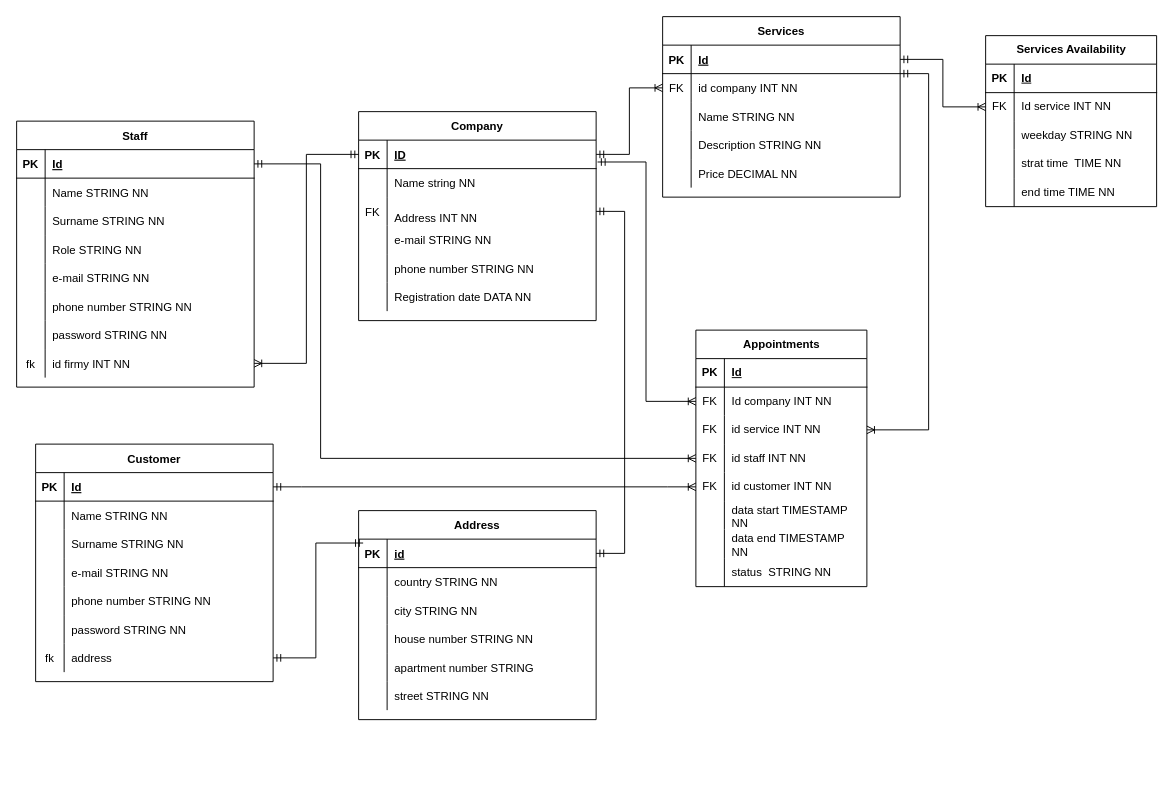
Above: app/bd/firma.drawio in BitKitsu/Rezerwuj-to (draw.io), before the change. Source tidied: cells renumbered, new cells numbered last; positions are measured from the earlier drawing's top-left corner, leaving out a move shared by most shapes. Both pictures are drawn from the tidied source at 95%, with x=0, y=0 at pixel (16, 16).
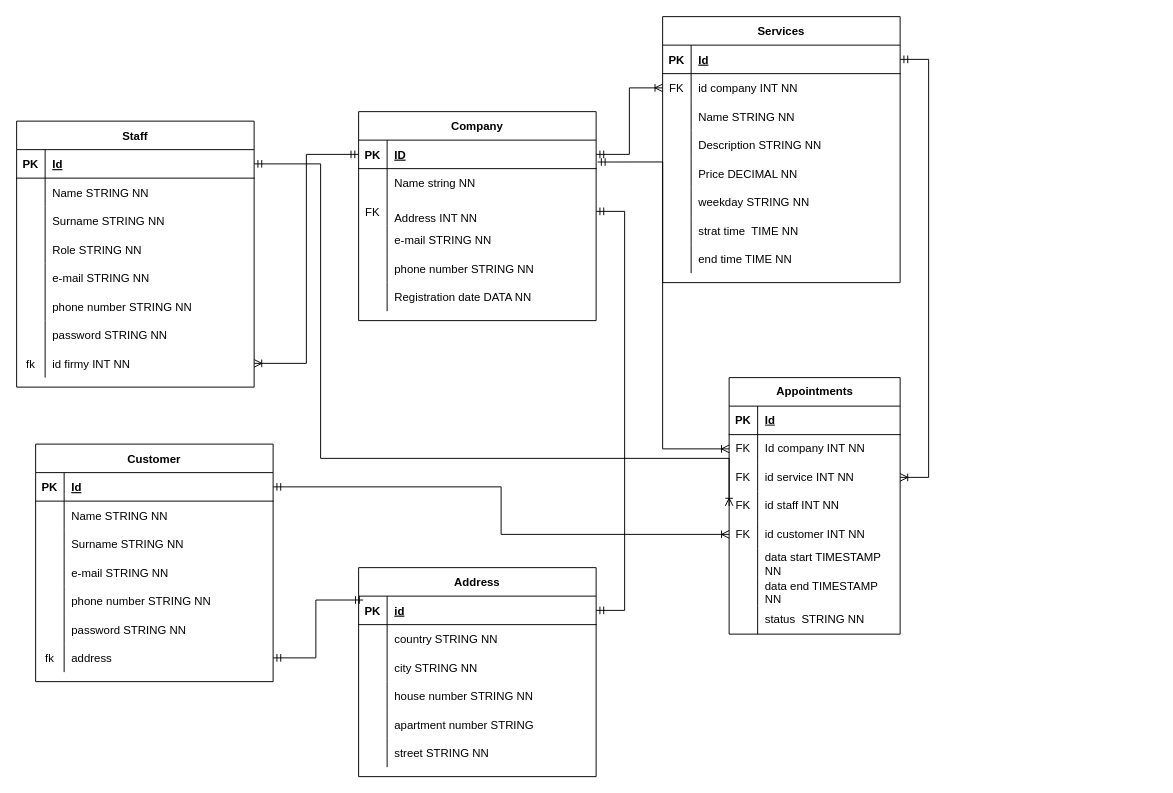
Above is the later version.

Commit message (it also covers changes not shown here):
Poprawa bazy danych

The change refers to these unchanged cells:
```xml
<mxCell id="66" style="shape=partialRectangle;fillColor=none;points=[[0,0.5],[1,0.5]];portConstraint=eastwest;top=0;left=0;right=0;bottom=1;" parent="65" vertex="1">
  <mxGeometry y="30" width="250" height="30" as="geometry" />
</mxCell>
<mxCell id="88" style="shape=partialRectangle;fillColor=none;points=[[0,0.5],[1,0.5]];portConstraint=eastwest;top=0;left=0;right=0;bottom=1;" parent="87" vertex="1">
  <mxGeometry y="30" width="250" height="30" as="geometry" />
</mxCell>
<mxCell id="126" style="shape=tableRow;horizontal=0;startSize=0;swimlaneHead=0;swimlaneBody=0;fillColor=none;points=[[0,0.5],[1,0.5]];portConstraint=eastwest;top=0;left=0;right=0;bottom=0;" parent="119" vertex="1">
  <mxGeometry y="90" width="180" height="30" as="geometry" />
</mxCell>
<mxCell id="132" style="shape=tableRow;horizontal=0;startSize=0;swimlaneHead=0;swimlaneBody=0;fillColor=none;points=[[0,0.5],[1,0.5]];portConstraint=eastwest;top=0;left=0;right=0;bottom=0;" parent="119" vertex="1">
  <mxGeometry y="150" width="180" height="30" as="geometry" />
</mxCell>
```

What changed in the source:
```diff
@@
     <mxCell id="21" value="Address" style="shape=table;startSize=30;childLayout=tableLayout;rowLines=0;fontStyle=1;align=center;" parent="1" vertex="1">
-      <mxGeometry x="360" y="520" width="250" height="220" as="geometry" />
+      <mxGeometry x="360" y="580" width="250" height="220" as="geometry" />
     </mxCell>
@@
     <mxCell id="87" value="Services" style="shape=table;startSize=30;childLayout=tableLayout;rowLines=0;fontStyle=1;align=center;" parent="1" vertex="1">
-      <mxGeometry x="680" width="250" height="190" as="geometry" />
+      <mxGeometry x="680" width="250" height="280" as="geometry" />
     </mxCell>
@@
-    <mxCell id="103" value="Services Availability" style="shape=table;startSize=30;childLayout=tableLayout;rowLines=0;fontStyle=1;align=center;html=1;" parent="1" vertex="1">
-      <mxGeometry x="1020" y="20" width="180" height="180" as="geometry" />
-    </mxCell>
-    <mxCell id="104" style="shape=tableRow;horizontal=0;startSize=0;swimlaneHead=0;swimlaneBody=0;fillColor=none;top=0;left=0;right=0;bottom=1;" parent="103" vertex="1">
-      <mxGeometry y="30" width="180" height="30" as="geometry" />
-    </mxCell>
-    <mxCell id="105" value="PK" style="shape=partialRectangle;fillColor=none;top=0;left=0;bottom=0;right=0;fontStyle=1;overflow=hidden;whiteSpace=wrap;html=1;" parent="104" vertex="1">
-      <mxGeometry width="30" height="30" as="geometry" />
-    </mxCell>
-    <mxCell id="106" value="Id" style="shape=partialRectangle;fillColor=none;top=0;left=0;bottom=0;right=0;align=left;spacingLeft=6;fontStyle=5;overflow=hidden;whiteSpace=wrap;html=1;" parent="104" vertex="1">
-      <mxGeometry x="30" width="150" height="30" as="geometry" />
-    </mxCell>
-    <mxCell id="107" style="shape=tableRow;horizontal=0;startSize=0;swimlaneHead=0;swimlaneBody=0;fillColor=none;points=[[0,0.5],[1,0.5]];portConstraint=eastwest;top=0;left=0;right=0;bottom=0;" parent="103" vertex="1">
-      <mxGeometry y="60" width="180" height="30" as="geometry" />
-    </mxCell>
-    <mxCell id="108" value="FK" style="shape=partialRectangle;fillColor=none;top=0;left=0;bottom=0;right=0;overflow=hidden;whiteSpace=wrap;html=1;" parent="107" vertex="1">
-      <mxGeometry width="30" height="30" as="geometry" />
-    </mxCell>
-    <mxCell id="109" value="Id service INT NN" style="shape=partialRectangle;fillColor=none;top=0;left=0;bottom=0;right=0;align=left;spacingLeft=6;overflow=hidden;whiteSpace=wrap;html=1;" parent="107" vertex="1">
-      <mxGeometry x="30" width="150" height="30" as="geometry" />
-    </mxCell>
-    <mxCell id="110" style="shape=tableRow;horizontal=0;startSize=0;swimlaneHead=0;swimlaneBody=0;fillColor=none;top=0;left=0;right=0;bottom=0;" parent="103" vertex="1">
-      <mxGeometry y="90" width="180" height="30" as="geometry" />
-    </mxCell>
-    <mxCell id="111" style="shape=partialRectangle;fillColor=none;top=0;left=0;bottom=0;right=0;overflow=hidden;whiteSpace=wrap;html=1;" parent="110" vertex="1">
-      <mxGeometry width="30" height="30" as="geometry" />
-    </mxCell>
+    <mxCell id="153" style="shape=partialRectangle;fillColor=none;top=0;left=0;right=0;bottom=0;" parent="87" vertex="1">
+      <mxGeometry y="180" width="250" height="30" as="geometry" />
+    </mxCell>
+    <mxCell id="154" style="shape=partialRectangle;overflow=hidden;fillColor=none;top=0;left=0;bottom=0;right=0;" parent="153" vertex="1">
+      <mxGeometry width="30" height="30" as="geometry" />
+    </mxCell>
-    <mxCell id="112" value="weekday STRING NN&amp;nbsp;" style="shape=partialRectangle;fillColor=none;top=0;left=0;bottom=0;right=0;align=left;spacingLeft=6;overflow=hidden;whiteSpace=wrap;html=1;" parent="110" vertex="1">
-      <mxGeometry x="30" width="150" height="30" as="geometry" />
+    <mxCell id="112" value="weekday STRING NN " style="shape=partialRectangle;overflow=hidden;fillColor=none;top=0;left=0;bottom=0;right=0;align=left;spacingLeft=6;" parent="153" vertex="1">
+      <mxGeometry x="30" width="220" height="30" as="geometry" />
     </mxCell>
-    <mxCell id="113" style="shape=tableRow;horizontal=0;startSize=0;swimlaneHead=0;swimlaneBody=0;fillColor=none;top=0;left=0;right=0;bottom=0;" parent="103" vertex="1">
-      <mxGeometry y="120" width="180" height="30" as="geometry" />
-    </mxCell>
-    <mxCell id="114" style="shape=partialRectangle;fillColor=none;top=0;left=0;bottom=0;right=0;overflow=hidden;whiteSpace=wrap;html=1;" parent="113" vertex="1">
-      <mxGeometry width="30" height="30" as="geometry" />
-    </mxCell>
+    <mxCell id="155" style="shape=partialRectangle;fillColor=none;top=0;left=0;right=0;bottom=0;" parent="87" vertex="1">
+      <mxGeometry y="210" width="250" height="30" as="geometry" />
+    </mxCell>
+    <mxCell id="156" style="shape=partialRectangle;overflow=hidden;fillColor=none;top=0;left=0;bottom=0;right=0;" parent="155" vertex="1">
+      <mxGeometry width="30" height="30" as="geometry" />
+    </mxCell>
-    <mxCell id="115" value="strat time&amp;nbsp; TIME NN" style="shape=partialRectangle;fillColor=none;top=0;left=0;bottom=0;right=0;align=left;spacingLeft=6;overflow=hidden;whiteSpace=wrap;html=1;" parent="113" vertex="1">
-      <mxGeometry x="30" width="150" height="30" as="geometry" />
+    <mxCell id="115" value="strat time  TIME NN" style="shape=partialRectangle;overflow=hidden;fillColor=none;top=0;left=0;bottom=0;right=0;align=left;spacingLeft=6;" parent="155" vertex="1">
+      <mxGeometry x="30" width="220" height="30" as="geometry" />
     </mxCell>
-    <mxCell id="116" style="shape=tableRow;horizontal=0;startSize=0;swimlaneHead=0;swimlaneBody=0;fillColor=none;top=0;left=0;right=0;bottom=0;" parent="103" vertex="1">
-      <mxGeometry y="150" width="180" height="30" as="geometry" />
-    </mxCell>
-    <mxCell id="117" style="shape=partialRectangle;fillColor=none;top=0;left=0;bottom=0;right=0;overflow=hidden;whiteSpace=wrap;html=1;" parent="116" vertex="1">
-      <mxGeometry width="30" height="30" as="geometry" />
-    </mxCell>
+    <mxCell id="157" style="shape=partialRectangle;fillColor=none;top=0;left=0;right=0;bottom=0;" parent="87" vertex="1">
+      <mxGeometry y="240" width="250" height="30" as="geometry" />
+    </mxCell>
+    <mxCell id="158" style="shape=partialRectangle;overflow=hidden;fillColor=none;top=0;left=0;bottom=0;right=0;" parent="157" vertex="1">
+      <mxGeometry width="30" height="30" as="geometry" />
+    </mxCell>
-    <mxCell id="118" value="end time TIME NN&amp;nbsp;" style="shape=partialRectangle;fillColor=none;top=0;left=0;bottom=0;right=0;align=left;spacingLeft=6;overflow=hidden;whiteSpace=wrap;html=1;" parent="116" vertex="1">
-      <mxGeometry x="30" width="150" height="30" as="geometry" />
+    <mxCell id="118" value="end time TIME NN " style="shape=partialRectangle;overflow=hidden;fillColor=none;top=0;left=0;bottom=0;right=0;align=left;spacingLeft=6;" parent="157" vertex="1">
+      <mxGeometry x="30" width="220" height="30" as="geometry" />
     </mxCell>
     <mxCell id="119" value="Appointments" style="shape=table;startSize=30;childLayout=tableLayout;rowLines=0;fontStyle=1;align=center;html=1;" parent="1" vertex="1">
-      <mxGeometry x="715" y="330" width="180" height="270" as="geometry" />
+      <mxGeometry x="750" y="380" width="180" height="270" as="geometry" />
     </mxCell>
@@
-    <mxCell id="148" style="edgeStyle=orthogonalEdgeStyle;fontSize=12;html=1;endArrow=ERoneToMany;startArrow=ERmandOne;rounded=0;exitX=1;exitY=0.5;exitDx=0;exitDy=0;entryX=0;entryY=0.5;entryDx=0;entryDy=0;" parent="1" edge="1" source="88" target="107">
-      <mxGeometry relative="1" as="geometry" />
-    </mxCell>
@@
-    <mxCell id="150" style="edgeStyle=entityRelationEdgeStyle;fontSize=12;html=1;endArrow=ERoneToMany;startArrow=ERmandOne;rounded=0;exitX=1;exitY=0.5;exitDx=0;exitDy=0;entryX=1;entryY=0.5;entryDx=0;entryDy=0;" parent="1" edge="1" target="126">
+    <mxCell id="150" style="edgeStyle=entityRelationEdgeStyle;fontSize=12;html=1;endArrow=ERoneToMany;startArrow=ERmandOne;rounded=0;exitX=1;exitY=0.5;exitDx=0;exitDy=0;entryX=1;entryY=0.5;entryDx=0;entryDy=0;" parent="1" edge="1" source="88" target="126">
       <mxGeometry relative="1" as="geometry">
-        <mxPoint x="930" y="60" as="sourcePoint" />
+        <Array as="points">
+          <mxPoint x="930" y="240" />
+        </Array>
       </mxGeometry>
     </mxCell>
-    <mxCell id="151" style="edgeStyle=entityRelationEdgeStyle;fontSize=12;html=1;endArrow=ERoneToMany;startArrow=ERmandOne;rounded=0;entryX=0;entryY=0.5;entryDx=0;entryDy=0;exitX=1;exitY=0.5;exitDx=0;exitDy=0;" parent="1" edge="1" source="66" target="132">
+    <mxCell id="151" style="edgeStyle=orthogonalEdgeStyle;fontSize=12;html=1;endArrow=ERoneToMany;startArrow=ERmandOne;rounded=0;entryX=0;entryY=0.5;entryDx=0;entryDy=0;exitX=1;exitY=0.5;exitDx=0;exitDy=0;" parent="1" edge="1" source="66" target="132">
       <mxGeometry relative="1" as="geometry" />
     </mxCell>
```
